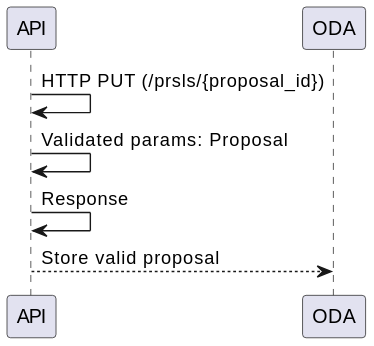
Before: docs/src/internal/diagrams/edit_proposal_api.svg, a diagram exported from PlantUML (ska-telescope/ska-oso-services). The source it was exported from:
```plantuml
@startuml
API -> API: HTTP PUT (/prsls/{proposal_id})
API -> API: Validated params: Proposal
API -> API: Response
API --> ODA: Store valid proposal
@enduml
```
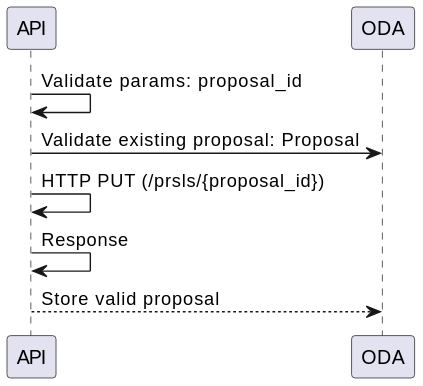
After the change.

Change to the diagram source:
```diff
@@ -1,6 +1,7 @@
 @startuml
+API -> API: Validate params: proposal_id
+API -> ODA: Validate existing proposal: Proposal
 API -> API: HTTP PUT (/prsls/{proposal_id})
-API -> API: Validated params: Proposal
 API -> API: Response
 API --> ODA: Store valid proposal
 @enduml
```
